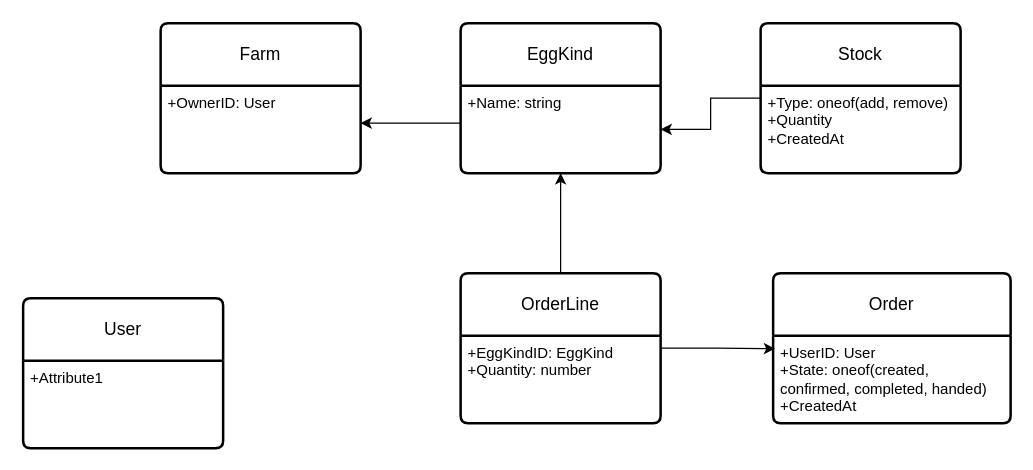
oldrich-todt/Eggcelent keeps this draw.io diagram as Diagrams/EntityRelations.drawio. Above is the earlier version. Source tidied: cells renumbered, new cells numbered last; positions are measured from the earlier drawing's top-left corner, leaving out a move shared by most shapes. Both pictures are drawn from the tidied source at 125%, with x=0, y=0 at pixel (22, 22).
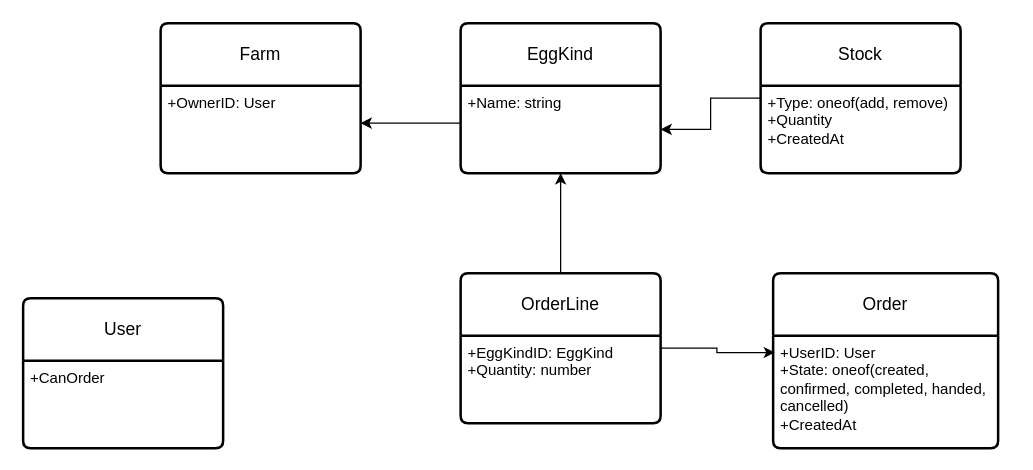
After the change.

The edit, as a diff of the source:
```diff
@@
 <mxGraphModel>
   <root>
     <mxCell id="0" />
     <mxCell id="1" parent="0" />
     <mxCell id="2" value="Farm" style="swimlane;horizontal=1;startSize=50;rounded=1;fontSize=14;fontStyle=0;strokeWidth=2;shadow=0;dashed=0;align=center;arcSize=4;whiteSpace=wrap;html=1;" parent="1" vertex="1">
       <mxGeometry x="110" width="160" height="120" as="geometry" />
     </mxCell>
     <mxCell id="3" value="+OwnerID: User" style="align=left;strokeColor=none;fillColor=none;spacingLeft=4;fontSize=12;verticalAlign=top;html=1;" parent="2" vertex="1">
       <mxGeometry y="50" width="160" height="70" as="geometry" />
     </mxCell>
     <mxCell id="4" style="edgeStyle=orthogonalEdgeStyle;rounded=0;jettySize=auto;html=1;" parent="1" edge="1" source="5">
       <mxGeometry relative="1" as="geometry">
         <mxPoint x="270" y="80" as="targetPoint" />
         <Array as="points">
           <mxPoint x="269" y="80" />
         </Array>
       </mxGeometry>
     </mxCell>
     <mxCell id="5" value="EggKind" style="swimlane;horizontal=1;startSize=50;rounded=1;fontSize=14;fontStyle=0;strokeWidth=2;shadow=0;dashed=0;align=center;arcSize=4;whiteSpace=wrap;html=1;" parent="1" vertex="1">
       <mxGeometry x="350" width="160" height="120" as="geometry" />
     </mxCell>
     <mxCell id="6" value="+Name: string" style="align=left;strokeColor=none;fillColor=none;spacingLeft=4;fontSize=12;verticalAlign=top;html=1;" parent="5" vertex="1">
       <mxGeometry y="50" width="160" height="70" as="geometry" />
     </mxCell>
     <mxCell id="7" style="edgeStyle=orthogonalEdgeStyle;rounded=0;jettySize=auto;html=1;" parent="1" edge="1" source="8" target="6">
       <mxGeometry relative="1" as="geometry" />
     </mxCell>
     <mxCell id="8" value="Stock" style="swimlane;horizontal=1;startSize=50;rounded=1;fontSize=14;fontStyle=0;strokeWidth=2;shadow=0;dashed=0;align=center;arcSize=4;whiteSpace=wrap;html=1;" parent="1" vertex="1">
       <mxGeometry x="590" width="160" height="120" as="geometry" />
     </mxCell>
     <mxCell id="9" value="+Type: oneof(add, remove)&lt;br&gt;+Quantity&lt;br&gt;+CreatedAt" style="align=left;strokeColor=none;fillColor=none;spacingLeft=4;fontSize=12;verticalAlign=top;html=1;" parent="8" vertex="1">
       <mxGeometry y="50" width="160" height="70" as="geometry" />
     </mxCell>
     <mxCell id="10" value="Order" style="swimlane;horizontal=1;startSize=50;rounded=1;fontSize=14;fontStyle=0;strokeWidth=2;shadow=0;dashed=0;align=center;arcSize=4;whiteSpace=wrap;html=1;" parent="1" vertex="1">
-      <mxGeometry x="600" y="200" width="190" height="120" as="geometry" />
+      <mxGeometry x="600" y="200" width="180" height="140" as="geometry" />
     </mxCell>
-    <mxCell id="11" value="+UserID: User&lt;br&gt;+State: oneof(created, &lt;br&gt;confirmed, completed, handed)&lt;br&gt;+CreatedAt" style="align=left;strokeColor=none;fillColor=none;spacingLeft=4;fontSize=12;verticalAlign=top;html=1;" parent="10" vertex="1">
-      <mxGeometry y="50" width="190" height="70" as="geometry" />
+    <mxCell id="11" value="+UserID: User&lt;br&gt;+State: oneof(created, &lt;br&gt;confirmed, completed, handed,&lt;br&gt;cancelled)&lt;br&gt;+CreatedAt" style="align=left;strokeColor=none;fillColor=none;spacingLeft=4;fontSize=12;verticalAlign=top;html=1;" parent="10" vertex="1">
+      <mxGeometry y="50" width="180" height="90" as="geometry" />
     </mxCell>
     <mxCell id="12" style="edgeStyle=orthogonalEdgeStyle;rounded=0;jettySize=auto;html=1;entryX=0.008;entryY=0.15;entryDx=0;entryDy=0;entryPerimeter=0;" parent="1" edge="1" source="14" target="11">
       <mxGeometry relative="1" as="geometry" />
     </mxCell>
     <mxCell id="13" style="edgeStyle=orthogonalEdgeStyle;rounded=0;jettySize=auto;html=1;" parent="1" edge="1" source="14" target="6">
       <mxGeometry relative="1" as="geometry" />
     </mxCell>
     <mxCell id="14" value="OrderLine" style="swimlane;horizontal=1;startSize=50;rounded=1;fontSize=14;fontStyle=0;strokeWidth=2;shadow=0;dashed=0;align=center;arcSize=4;whiteSpace=wrap;html=1;" parent="1" vertex="1">
       <mxGeometry x="350" y="200" width="160" height="120" as="geometry" />
     </mxCell>
     <mxCell id="15" value="+EggKindID: EggKind&lt;br&gt;+Quantity: number" style="align=left;strokeColor=none;fillColor=none;spacingLeft=4;fontSize=12;verticalAlign=top;html=1;" parent="14" vertex="1">
       <mxGeometry y="50" width="160" height="70" as="geometry" />
     </mxCell>
     <mxCell id="16" value="User" style="swimlane;horizontal=1;startSize=50;rounded=1;fontSize=14;fontStyle=0;strokeWidth=2;shadow=0;dashed=0;align=center;arcSize=4;whiteSpace=wrap;html=1;" parent="1" vertex="1">
       <mxGeometry y="220" width="160" height="120" as="geometry" />
     </mxCell>
-    <mxCell id="17" value="+Attribute1" style="align=left;strokeColor=none;fillColor=none;spacingLeft=4;fontSize=12;verticalAlign=top;html=1;" parent="16" vertex="1">
+    <mxCell id="17" value="+CanOrder" style="align=left;strokeColor=none;fillColor=none;spacingLeft=4;fontSize=12;verticalAlign=top;html=1;" parent="16" vertex="1">
       <mxGeometry y="50" width="160" height="70" as="geometry" />
     </mxCell>
   </root>
 </mxGraphModel>
```
